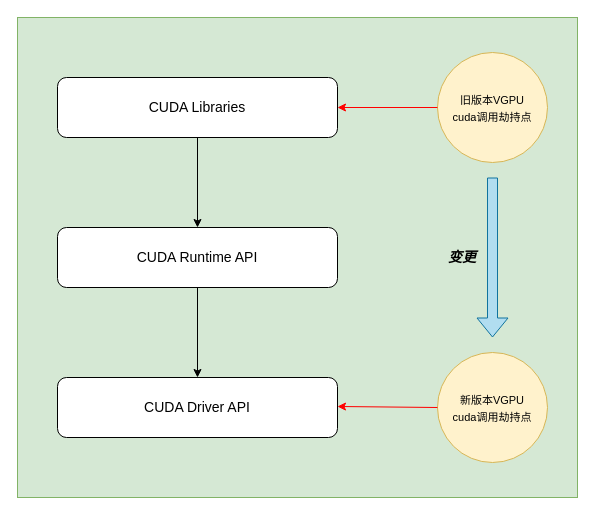
The draw.io diagram orion-vgpu-update-20221107.drawio in YanshanSong/draw.io, before the edit. Source tidied: cells renumbered, new cells numbered last; positions are measured from the earlier drawing's top-left corner, leaving out a move shared by most shapes. Both pictures are drawn from the tidied source at 100%, with x=0, y=0 at pixel (17, 17).
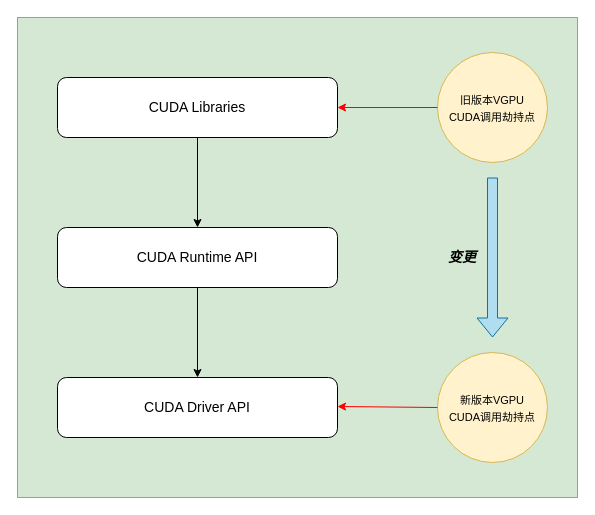
Above is the later version.

What changed in the source:
```diff
@@
 <mxGraphModel>
   <root>
     <mxCell id="0" />
     <mxCell id="1" parent="0" />
     <mxCell id="2" style="rounded=0;whiteSpace=wrap;html=1;fillColor=#d5e8d4;strokeColor=#82b366;" parent="1" vertex="1">
       <mxGeometry width="560" height="480" as="geometry" />
     </mxCell>
     <mxCell id="3" value="&lt;font style=&quot;font-size: 14px;&quot;&gt;CUDA Driver API&lt;/font&gt;" style="rounded=1;whiteSpace=wrap;html=1;" parent="1" vertex="1">
       <mxGeometry x="40" y="360" width="280" height="60" as="geometry" />
     </mxCell>
     <mxCell id="4" value="&lt;font style=&quot;font-size: 14px;&quot;&gt;CUDA Runtime API&lt;/font&gt;" style="rounded=1;whiteSpace=wrap;html=1;" parent="1" vertex="1">
       <mxGeometry x="40" y="210" width="280" height="60" as="geometry" />
     </mxCell>
     <mxCell id="5" value="&lt;font style=&quot;font-size: 14px;&quot;&gt;CUDA Libraries&lt;/font&gt;" style="rounded=1;whiteSpace=wrap;html=1;" parent="1" vertex="1">
       <mxGeometry x="40" y="60" width="280" height="60" as="geometry" />
     </mxCell>
-    <mxCell id="6" value="&lt;font style=&quot;font-size: 11px;&quot;&gt;新版本VGPU&lt;br style=&quot;font-size: 11px;&quot;&gt;cuda调用劫持点&lt;/font&gt;" style="ellipse;whiteSpace=wrap;html=1;fontSize=14;fillColor=#fff2cc;strokeColor=#d6b656;" parent="1" vertex="1">
+    <mxCell id="6" value="&lt;font style=&quot;font-size: 11px;&quot;&gt;新版本VGPU&lt;br style=&quot;font-size: 11px;&quot;&gt;CUDA调用劫持点&lt;/font&gt;" style="ellipse;whiteSpace=wrap;html=1;fontSize=14;fillColor=#fff2cc;strokeColor=#d6b656;" parent="1" vertex="1">
       <mxGeometry x="420" y="335" width="110" height="110" as="geometry" />
     </mxCell>
-    <mxCell id="7" value="&lt;font style=&quot;font-size: 11px;&quot;&gt;旧版本VGPU&lt;br style=&quot;font-size: 11px;&quot;&gt;cuda调用劫持点&lt;/font&gt;" style="ellipse;whiteSpace=wrap;html=1;fontSize=14;fillColor=#fff2cc;strokeColor=#d6b656;" parent="1" vertex="1">
+    <mxCell id="7" value="&lt;font style=&quot;font-size: 11px;&quot;&gt;旧版本VGPU&lt;br style=&quot;font-size: 11px;&quot;&gt;CUDA调用劫持点&lt;/font&gt;" style="ellipse;whiteSpace=wrap;html=1;fontSize=14;fillColor=#fff2cc;strokeColor=#d6b656;" parent="1" vertex="1">
       <mxGeometry x="420" y="35" width="110" height="110" as="geometry" />
     </mxCell>
     <mxCell id="8" style="endArrow=classic;html=1;rounded=0;fontSize=12;exitX=0.5;exitY=1;exitDx=0;exitDy=0;" parent="1" edge="1" source="5" target="4">
       <mxGeometry relative="1" as="geometry" />
     </mxCell>
     <mxCell id="9" style="endArrow=classic;html=1;rounded=0;fontSize=12;exitX=0.5;exitY=1;exitDx=0;exitDy=0;entryX=0.5;entryY=0;entryDx=0;entryDy=0;" parent="1" edge="1" source="4" target="3">
       <mxGeometry relative="1" as="geometry" />
     </mxCell>
     <mxCell id="10" style="endArrow=classic;html=1;rounded=0;fontSize=12;exitX=0;exitY=0.5;exitDx=0;exitDy=0;entryX=1;entryY=0.5;entryDx=0;entryDy=0;fillColor=#e51400;strokeColor=#FF0000;strokeWidth=1;" parent="1" edge="1" source="7" target="5">
       <mxGeometry relative="1" as="geometry" />
     </mxCell>
     <mxCell id="11" style="endArrow=classic;html=1;rounded=0;fontSize=12;exitX=0;exitY=0.5;exitDx=0;exitDy=0;entryX=1;entryY=0.5;entryDx=0;entryDy=0;fillColor=#e51400;strokeColor=#FF0000;strokeWidth=1;" parent="1" edge="1" source="6">
       <mxGeometry relative="1" as="geometry">
         <mxPoint x="320" y="389" as="targetPoint" />
       </mxGeometry>
     </mxCell>
     <mxCell id="12" style="shape=flexArrow;endArrow=classic;html=1;rounded=0;strokeColor=#10739e;strokeWidth=1;fontSize=12;fillColor=#b1ddf0;" parent="1" edge="1">
       <mxGeometry relative="1" as="geometry">
         <mxPoint x="475" y="160" as="sourcePoint" />
         <mxPoint x="475" y="320" as="targetPoint" />
       </mxGeometry>
     </mxCell>
     <mxCell id="13" value="&lt;span style=&quot;font-size: 14px;&quot;&gt;&lt;font style=&quot;font-size: 14px;&quot;&gt;变更&lt;/font&gt;&lt;/span&gt;" style="rounded=0;whiteSpace=wrap;html=1;fontSize=14;gradientColor=none;fillColor=none;strokeWidth=0;strokeColor=none;fontColor=default;fontStyle=3;" parent="1" vertex="1">
       <mxGeometry x="420" y="210" width="50" height="60" as="geometry" />
     </mxCell>
   </root>
 </mxGraphModel>
```
